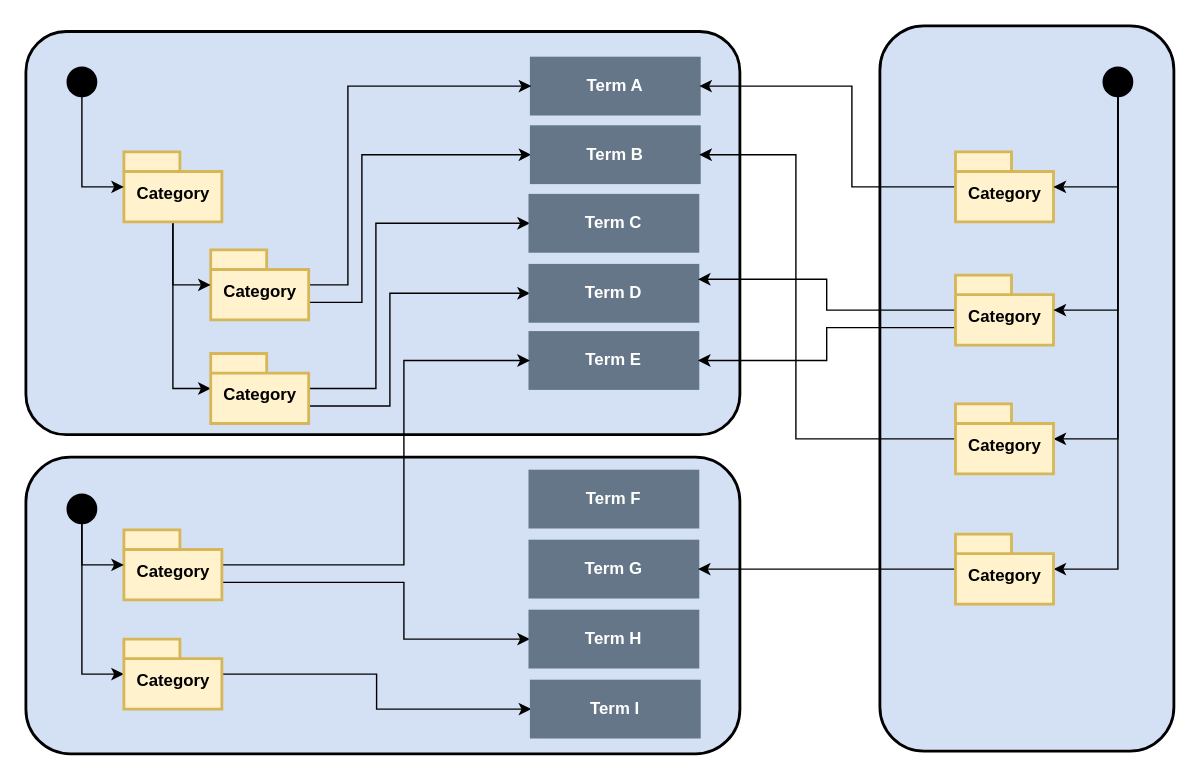
The draw.io diagram page "Multiple Glossaries" (4 of 8) of site/docs/practices/common-data-definitions/semantic-knowledge-framework.drawio in odpi/egeria-docs, before the edit. Source tidied: cells renumbered, new cells numbered last; positions are measured from the earlier drawing's top-left corner, leaving out a move shared by most shapes. Both pictures are drawn from the tidied source at 140%, with x=0, y=0 at pixel (25, 25).
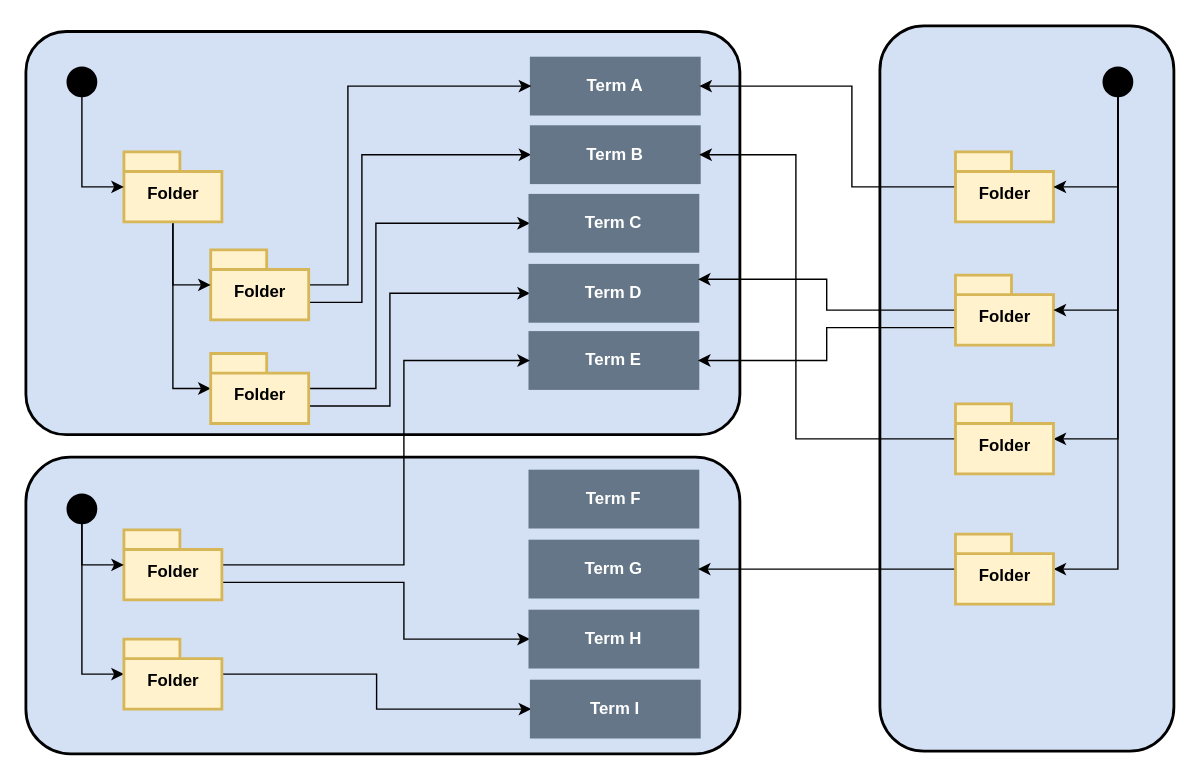
After the change.

The edit, as a diff of the source:
```diff
@@
-    <mxCell id="8" value="Category" style="shape=folder;fontStyle=1;spacingTop=10;tabWidth=40;tabHeight=14;tabPosition=left;html=1;strokeWidth=2;fillColor=#fff2cc;strokeColor=#d6b656;" parent="1" vertex="1">
+    <mxCell id="8" value="Folder" style="shape=folder;fontStyle=1;spacingTop=10;tabWidth=40;tabHeight=14;tabPosition=left;html=1;strokeWidth=2;fillColor=#fff2cc;strokeColor=#d6b656;" parent="1" vertex="1">
       <mxGeometry x="132" y="160" width="70" height="50" as="geometry" />
     </mxCell>
@@
-    <mxCell id="11" value="Category" style="shape=folder;fontStyle=1;spacingTop=10;tabWidth=40;tabHeight=14;tabPosition=left;html=1;strokeWidth=2;fillColor=#fff2cc;strokeColor=#d6b656;" parent="1" vertex="1">
+    <mxCell id="11" value="Folder" style="shape=folder;fontStyle=1;spacingTop=10;tabWidth=40;tabHeight=14;tabPosition=left;html=1;strokeWidth=2;fillColor=#fff2cc;strokeColor=#d6b656;" parent="1" vertex="1">
       <mxGeometry x="70" y="90" width="70" height="50" as="geometry" />
     </mxCell>
@@
-    <mxCell id="14" value="Category" style="shape=folder;fontStyle=1;spacingTop=10;tabWidth=40;tabHeight=14;tabPosition=left;html=1;strokeWidth=2;fillColor=#fff2cc;strokeColor=#d6b656;" parent="1" vertex="1">
+    <mxCell id="14" value="Folder" style="shape=folder;fontStyle=1;spacingTop=10;tabWidth=40;tabHeight=14;tabPosition=left;html=1;strokeWidth=2;fillColor=#fff2cc;strokeColor=#d6b656;" parent="1" vertex="1">
       <mxGeometry x="132" y="234" width="70" height="50" as="geometry" />
     </mxCell>
@@
-    <mxCell id="24" value="Category" style="shape=folder;fontStyle=1;spacingTop=10;tabWidth=40;tabHeight=14;tabPosition=left;html=1;strokeWidth=2;fillColor=#fff2cc;strokeColor=#d6b656;" parent="1" vertex="1">
+    <mxCell id="24" value="Folder" style="shape=folder;fontStyle=1;spacingTop=10;tabWidth=40;tabHeight=14;tabPosition=left;html=1;strokeWidth=2;fillColor=#fff2cc;strokeColor=#d6b656;" parent="1" vertex="1">
       <mxGeometry x="70" y="360" width="70" height="50" as="geometry" />
     </mxCell>
@@
-    <mxCell id="26" value="Category" style="shape=folder;fontStyle=1;spacingTop=10;tabWidth=40;tabHeight=14;tabPosition=left;html=1;strokeWidth=2;fillColor=#fff2cc;strokeColor=#d6b656;" parent="1" vertex="1">
+    <mxCell id="26" value="Folder" style="shape=folder;fontStyle=1;spacingTop=10;tabWidth=40;tabHeight=14;tabPosition=left;html=1;strokeWidth=2;fillColor=#fff2cc;strokeColor=#d6b656;" parent="1" vertex="1">
       <mxGeometry x="70" y="438" width="70" height="50" as="geometry" />
     </mxCell>
@@
-    <mxCell id="32" value="Category" style="shape=folder;fontStyle=1;spacingTop=10;tabWidth=40;tabHeight=14;tabPosition=left;html=1;strokeWidth=2;fillColor=#fff2cc;strokeColor=#d6b656;" parent="1" vertex="1">
+    <mxCell id="32" value="Folder" style="shape=folder;fontStyle=1;spacingTop=10;tabWidth=40;tabHeight=14;tabPosition=left;html=1;strokeWidth=2;fillColor=#fff2cc;strokeColor=#d6b656;" parent="1" vertex="1">
       <mxGeometry x="664" y="178" width="70" height="50" as="geometry" />
     </mxCell>
@@
-    <mxCell id="34" value="Category" style="shape=folder;fontStyle=1;spacingTop=10;tabWidth=40;tabHeight=14;tabPosition=left;html=1;strokeWidth=2;fillColor=#fff2cc;strokeColor=#d6b656;" parent="1" vertex="1">
+    <mxCell id="34" value="Folder" style="shape=folder;fontStyle=1;spacingTop=10;tabWidth=40;tabHeight=14;tabPosition=left;html=1;strokeWidth=2;fillColor=#fff2cc;strokeColor=#d6b656;" parent="1" vertex="1">
       <mxGeometry x="664" y="90" width="70" height="50" as="geometry" />
     </mxCell>
@@
-    <mxCell id="40" value="Category" style="shape=folder;fontStyle=1;spacingTop=10;tabWidth=40;tabHeight=14;tabPosition=left;html=1;strokeWidth=2;fillColor=#fff2cc;strokeColor=#d6b656;" parent="1" vertex="1">
+    <mxCell id="40" value="Folder" style="shape=folder;fontStyle=1;spacingTop=10;tabWidth=40;tabHeight=14;tabPosition=left;html=1;strokeWidth=2;fillColor=#fff2cc;strokeColor=#d6b656;" parent="1" vertex="1">
       <mxGeometry x="664" y="270" width="70" height="50" as="geometry" />
     </mxCell>
@@
-    <mxCell id="42" value="Category" style="shape=folder;fontStyle=1;spacingTop=10;tabWidth=40;tabHeight=14;tabPosition=left;html=1;strokeWidth=2;fillColor=#fff2cc;strokeColor=#d6b656;" parent="1" vertex="1">
+    <mxCell id="42" value="Folder" style="shape=folder;fontStyle=1;spacingTop=10;tabWidth=40;tabHeight=14;tabPosition=left;html=1;strokeWidth=2;fillColor=#fff2cc;strokeColor=#d6b656;" parent="1" vertex="1">
       <mxGeometry x="664" y="363" width="70" height="50" as="geometry" />
     </mxCell>
```
